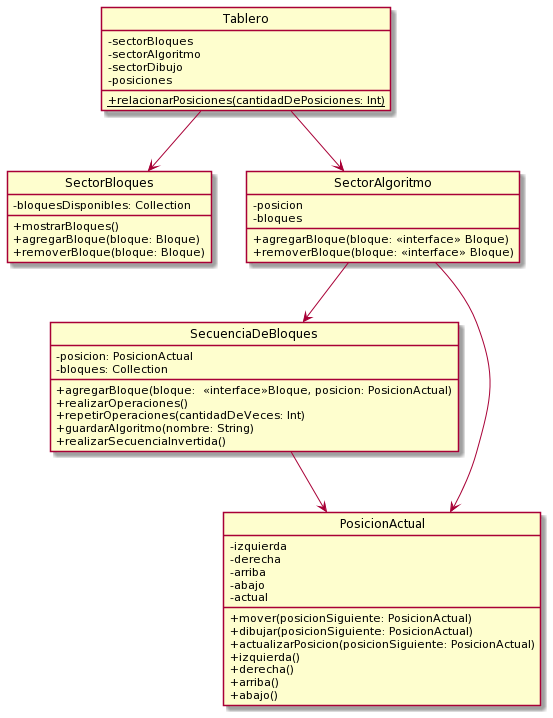
The PlantUML diagram diagramas/general.png in gsabatino9/TP2---algoritmos-3, before a commit.
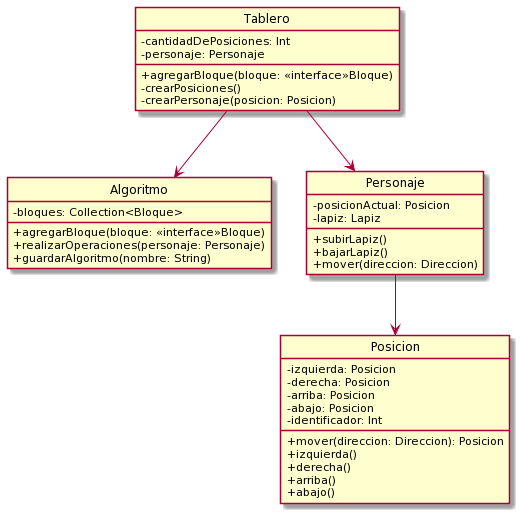
After the commit.

The edit, as a diff of the source:
```diff
@@ -3,60 +3,48 @@
 skinparam classAttributeIconSize 0
 
 class Tablero{
--sectorBloques
--sectorAlgoritmo
--sectorDibujo
--posiciones
+-cantidadDePosiciones: Int
+-personaje: Personaje
 
-+{static} relacionarPosiciones(cantidadDePosiciones: Int)
++agregarBloque(bloque: <<interface>>Bloque)
+-crearPosiciones()
+-crearPersonaje(posicion: Posicion)
 }
 
-class SectorBloques{
--bloquesDisponibles: Collection
-+mostrarBloques()
-+agregarBloque(bloque: Bloque)
-+removerBloque(bloque: Bloque)
+class Algoritmo{
+-bloques: Collection<Bloque>
+
++agregarBloque(bloque: <<interface>>Bloque)
++realizarOperaciones(personaje: Personaje)
++guardarAlgoritmo(nombre: String)
 }
 
+class Personaje{
+-posicionActual: Posicion
+-lapiz: Lapiz
 
-class SectorAlgoritmo{
--posicion
--bloques
-
-+agregarBloque(bloque: <<interface>> Bloque)
-+removerBloque(bloque: <<interface>> Bloque)
++subirLapiz()
++bajarLapiz()
++mover(direccion: Direccion)
 }
 
-class SecuenciaDeBloques{
--posicion: PosicionActual
--bloques: Collection
+class Posicion{
+-izquierda: Posicion
+-derecha: Posicion
+-arriba: Posicion
+-abajo: Posicion
+-identificador: Int
 
-+agregarBloque(bloque:  <<interface>>Bloque, posicion: PosicionActual)
-+realizarOperaciones()
-+repetirOperaciones(cantidadDeVeces: Int)
-+guardarAlgoritmo(nombre: String)
-+realizarSecuenciaInvertida()
-}
-class PosicionActual{
--izquierda
--derecha
--arriba
--abajo
--actual
-
-+mover(posicionSiguiente: PosicionActual)
-+dibujar(posicionSiguiente: PosicionActual)
-+actualizarPosicion(posicionSiguiente: PosicionActual)
++mover(direccion: Direccion): Posicion
 +izquierda()
 +derecha()
 +arriba()
 +abajo()
 }
 
-Tablero --> SectorBloques
-Tablero --> SectorAlgoritmo
+Tablero --> Algoritmo
 
-SectorAlgoritmo --> PosicionActual
-SectorAlgoritmo --> SecuenciaDeBloques
-SecuenciaDeBloques --> PosicionActual
+Tablero --> Personaje
+
+Personaje --> Posicion
 @enduml
```
